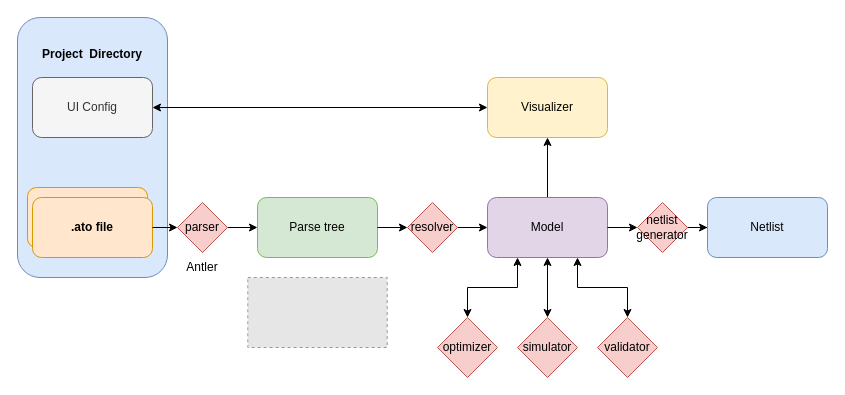
This is docs/ato_flow.drawio from atopile/atopile, a draw.io file, before an edit. Source tidied: cells renumbered, new cells numbered last; positions are measured from the earlier drawing's top-left corner, leaving out a move shared by most shapes. Both pictures are drawn from the tidied source at 100%, with x=0, y=0 at pixel (17, 17). Pictures stored in the file or linked from it are replaced by grey dashed boxes.
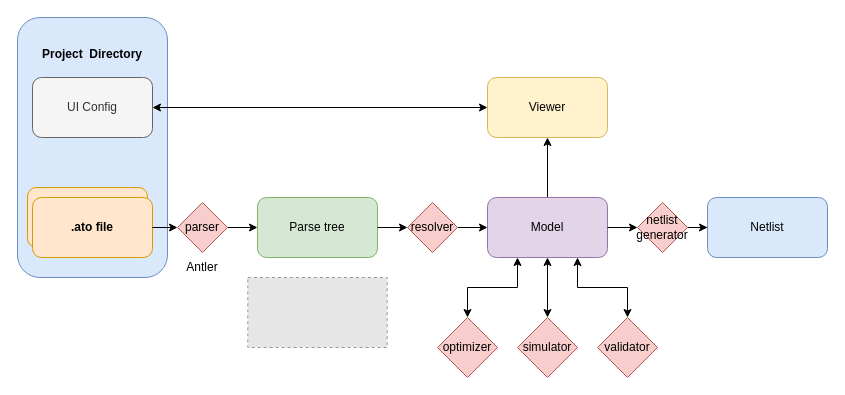
After the change.

Diff of the diagram source:
```diff
@@
-    <mxCell id="15" value="Visualizer" style="rounded=1;whiteSpace=wrap;html=1;fillColor=#fff2cc;strokeColor=#d6b656;" parent="1" vertex="1">
+    <mxCell id="15" value="Viewer" style="rounded=1;whiteSpace=wrap;html=1;fillColor=#fff2cc;strokeColor=#d6b656;" parent="1" vertex="1">
       <mxGeometry x="470" y="60" width="120" height="60" as="geometry" />
     </mxCell>
```
